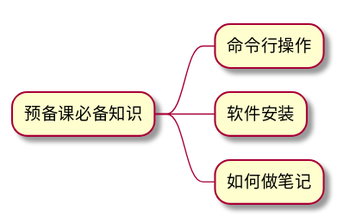
The PlantUML diagram img/mind-map.svg in linc5403/preparatory-course, before a commit.
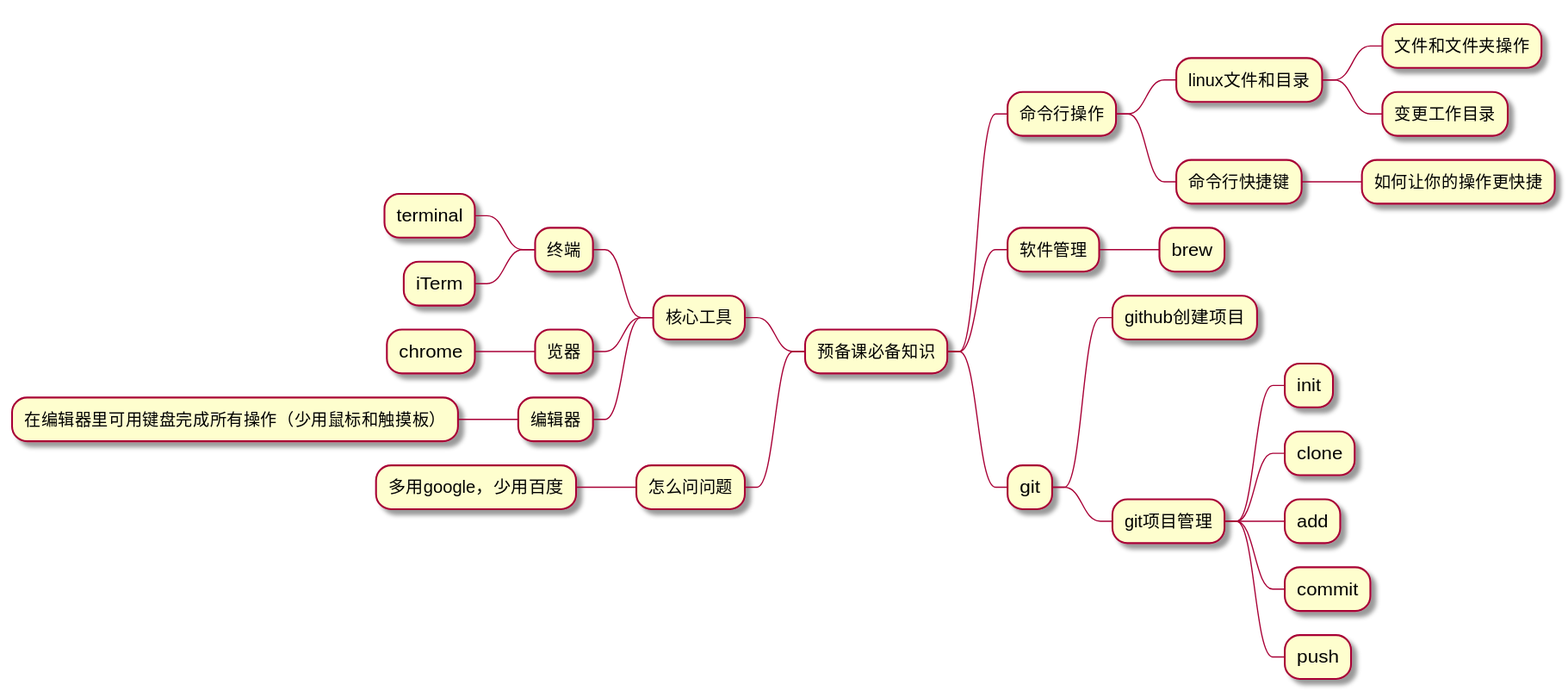
After the commit.

The edit, as a diff of the source:
```diff
@@ -1,6 +1,30 @@
 @startmindmap
 * 预备课必备知识
 ** 命令行操作
-** 软件安装
-** 如何做笔记
+*** linux文件和目录
+**** 文件和文件夹操作
+**** 变更工作目录
+*** 命令行快捷键
+**** 如何让你的操作更快捷
+** 软件管理
+*** brew
+** git
+*** github创建项目
+*** git项目管理
+**** init
+**** clone
+**** add
+**** commit
+**** push
+left side
+** 核心工具
+*** 终端
+**** terminal
+**** iTerm
+*** 览器
+**** chrome
+*** 编辑器
+**** 在编辑器里可用键盘完成所有操作（少用鼠标和触摸板）
+** 怎么问问题
+*** 多用google，少用百度
 @endmindmap
```
